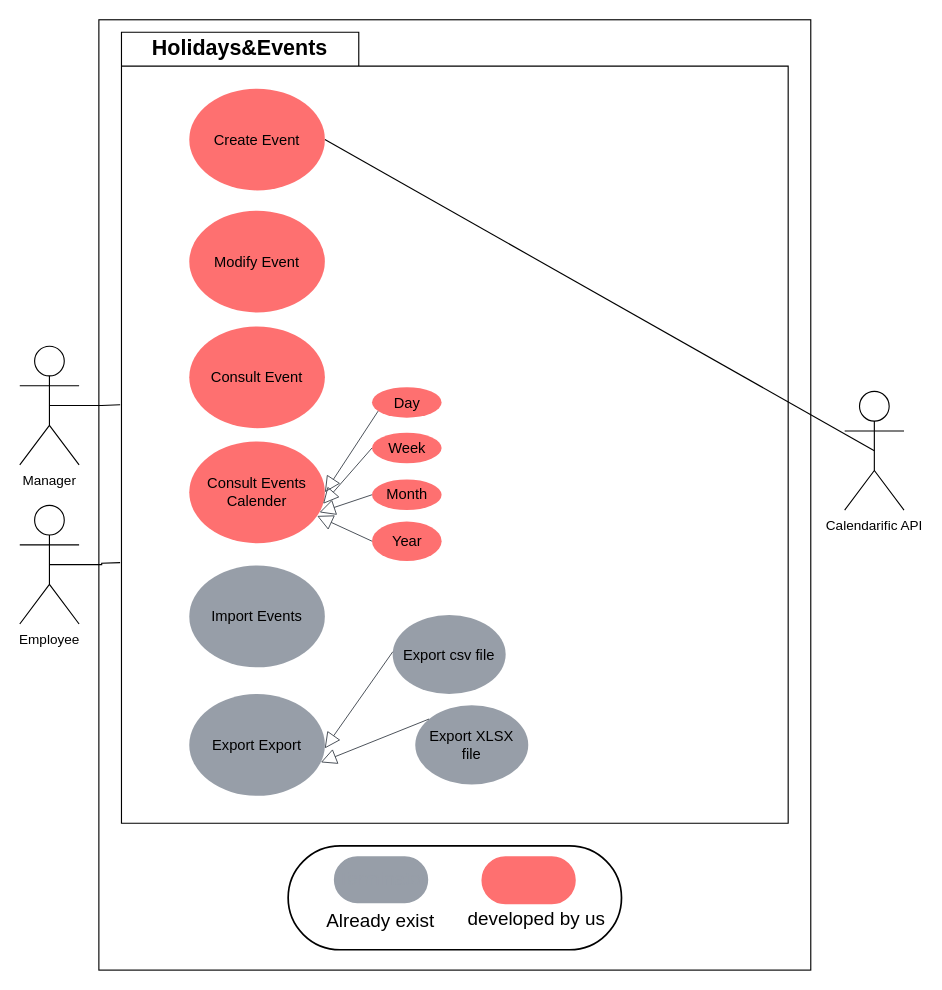
This is useCaseCalendar.drawio from oarouay/CV, a draw.io file, before an edit. Source tidied: cells renumbered, new cells numbered last; positions are measured from the earlier drawing's top-left corner, leaving out a move shared by most shapes. Both pictures are drawn from the tidied source at 113%, with x=0, y=0 at pixel (19, 19).
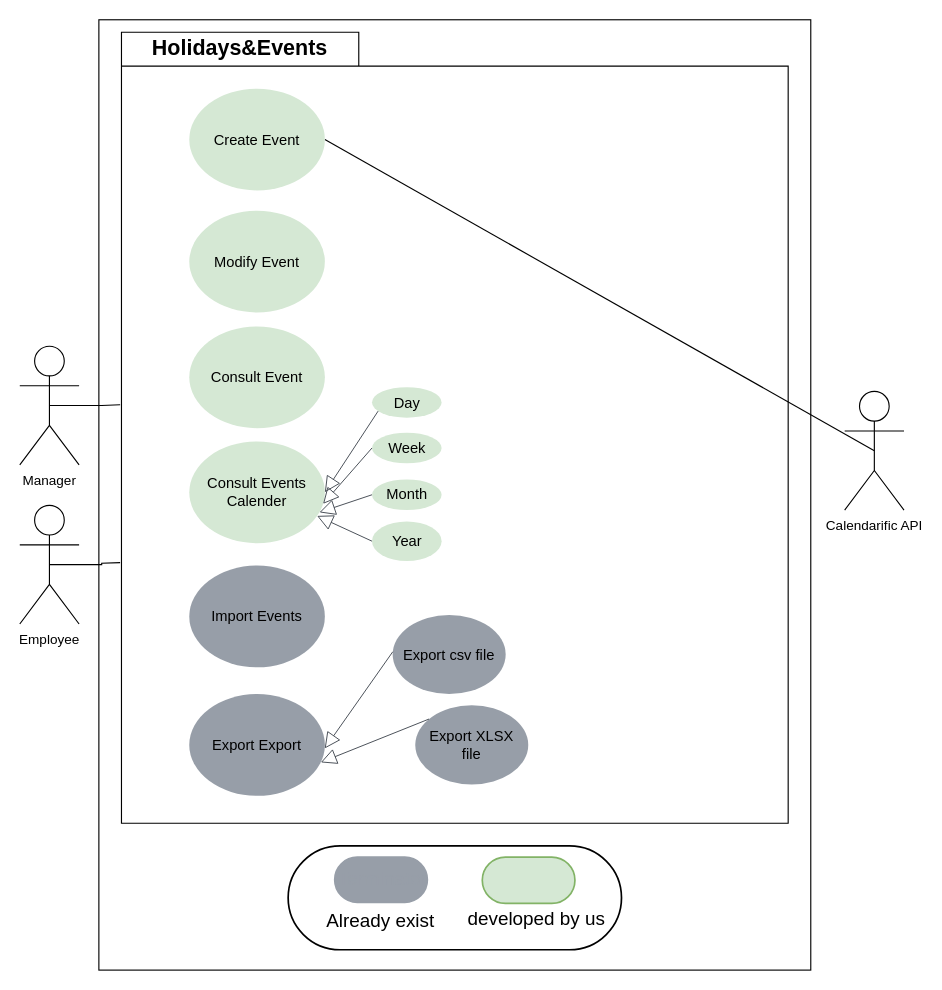
After the change.

Unchanged cells that the change refers to:
```xml
<mxCell id="31" style="group;" parent="1" vertex="1">
  <mxGeometry x="237.5" y="731" width="295" height="92" as="geometry" />
</mxCell>
```

Diff of the diagram source:
```diff
@@
-    <mxCell id="12" value="Consult Events Calender" style="html=1;overflow=block;blockSpacing=1;whiteSpace=wrap;ellipse;fontSize=13;spacing=3.8;strokeOpacity=0;fillOpacity=100;rounded=1;absoluteArcSize=1;arcSize=9;fillColor=#fe7070;strokeWidth=1.5;lucidId=URIeayqkK2Ya;" parent="1" vertex="1">
+    <mxCell id="12" value="Consult Events Calender" style="html=1;overflow=block;blockSpacing=1;whiteSpace=wrap;ellipse;fontSize=13;spacing=3.8;strokeOpacity=0;fillOpacity=100;rounded=1;absoluteArcSize=1;arcSize=9;fillColor=#d5e8d4;strokeWidth=1.5;lucidId=URIeayqkK2Ya;strokeColor=#82b366;" parent="1" vertex="1">
       <mxGeometry x="150" y="373.2" width="120" height="90" as="geometry" />
     </mxCell>
-    <mxCell id="13" value="Day" style="html=1;overflow=block;blockSpacing=1;whiteSpace=wrap;ellipse;fontSize=13;spacing=3.8;strokeOpacity=0;fillOpacity=100;rounded=1;absoluteArcSize=1;arcSize=9;fillColor=#fe7070;strokeWidth=1.5;lucidId=hSIeGXaizuwG;" parent="1" vertex="1">
+    <mxCell id="13" value="Day" style="html=1;overflow=block;blockSpacing=1;whiteSpace=wrap;ellipse;fontSize=13;spacing=3.8;strokeOpacity=0;fillOpacity=100;rounded=1;absoluteArcSize=1;arcSize=9;fillColor=#d5e8d4;strokeWidth=1.5;lucidId=hSIeGXaizuwG;strokeColor=#82b366;" parent="1" vertex="1">
       <mxGeometry x="311.7" y="325.1" width="61.6" height="27.1" as="geometry" />
     </mxCell>
@@
-    <mxCell id="15" value="Week" style="html=1;overflow=block;blockSpacing=1;whiteSpace=wrap;ellipse;fontSize=13;spacing=3.8;strokeOpacity=0;fillOpacity=100;rounded=1;absoluteArcSize=1;arcSize=9;fillColor=#fe7070;strokeWidth=1.5;lucidId=03Ie0xpv14W0;" parent="1" vertex="1">
+    <mxCell id="15" value="Week" style="html=1;overflow=block;blockSpacing=1;whiteSpace=wrap;ellipse;fontSize=13;spacing=3.8;strokeOpacity=0;fillOpacity=100;rounded=1;absoluteArcSize=1;arcSize=9;fillColor=#d5e8d4;strokeWidth=1.5;lucidId=03Ie0xpv14W0;strokeColor=#82b366;" parent="1" vertex="1">
       <mxGeometry x="311.7" y="365.4" width="61.6" height="27.1" as="geometry" />
     </mxCell>
@@
-    <mxCell id="17" value="Month" style="html=1;overflow=block;blockSpacing=1;whiteSpace=wrap;ellipse;fontSize=13;spacing=3.8;strokeOpacity=0;fillOpacity=100;rounded=1;absoluteArcSize=1;arcSize=9;fillColor=#fe7070;strokeWidth=1.5;lucidId=g4Ie2LoXiZa1;" parent="1" vertex="1">
+    <mxCell id="17" value="Month" style="html=1;overflow=block;blockSpacing=1;whiteSpace=wrap;ellipse;fontSize=13;spacing=3.8;strokeOpacity=0;fillOpacity=100;rounded=1;absoluteArcSize=1;arcSize=9;fillColor=#d5e8d4;strokeWidth=1.5;lucidId=g4Ie2LoXiZa1;strokeColor=#82b366;" parent="1" vertex="1">
       <mxGeometry x="311.7" y="406.8" width="61.6" height="27.1" as="geometry" />
     </mxCell>
@@
-    <mxCell id="19" value="Year" style="html=1;overflow=block;blockSpacing=1;whiteSpace=wrap;ellipse;fontSize=13;spacing=3.8;strokeOpacity=0;fillOpacity=100;rounded=1;absoluteArcSize=1;arcSize=9;fillColor=#fe7070;strokeWidth=1.5;lucidId=q4IekS3TNCx4;" parent="1" vertex="1">
+    <mxCell id="19" value="Year" style="html=1;overflow=block;blockSpacing=1;whiteSpace=wrap;ellipse;fontSize=13;spacing=3.8;strokeOpacity=0;fillOpacity=100;rounded=1;absoluteArcSize=1;arcSize=9;fillColor=#d5e8d4;strokeWidth=1.5;lucidId=q4IekS3TNCx4;strokeColor=#82b366;" parent="1" vertex="1">
       <mxGeometry x="311.7" y="443.9" width="61.6" height="35" as="geometry" />
     </mxCell>
@@
-    <mxCell id="22" value="Modify Event" style="html=1;overflow=block;blockSpacing=1;whiteSpace=wrap;ellipse;fontSize=13;spacing=3.8;strokeOpacity=0;fillOpacity=100;rounded=1;absoluteArcSize=1;arcSize=9;fillColor=#fe7070;strokeWidth=1.5;lucidId=1yIeQ48BPR4-;" parent="1" vertex="1">
+    <mxCell id="22" value="Modify Event" style="html=1;overflow=block;blockSpacing=1;whiteSpace=wrap;ellipse;fontSize=13;spacing=3.8;strokeOpacity=0;fillOpacity=100;rounded=1;absoluteArcSize=1;arcSize=9;fillColor=#d5e8d4;strokeWidth=1.5;lucidId=1yIeQ48BPR4-;strokeColor=#82b366;" parent="1" vertex="1">
       <mxGeometry x="150" y="169" width="120" height="90" as="geometry" />
     </mxCell>
-    <mxCell id="23" value="Create Event" style="html=1;overflow=block;blockSpacing=1;whiteSpace=wrap;ellipse;fontSize=13;spacing=3.8;strokeOpacity=0;fillOpacity=100;rounded=1;absoluteArcSize=1;arcSize=9;fillColor=#fe7070;strokeWidth=1.5;lucidId=~xIeha3OeAVz;" parent="1" vertex="1">
+    <mxCell id="23" value="Create Event" style="html=1;overflow=block;blockSpacing=1;whiteSpace=wrap;ellipse;fontSize=13;spacing=3.8;strokeOpacity=0;fillOpacity=100;rounded=1;absoluteArcSize=1;arcSize=9;fillColor=#d5e8d4;strokeWidth=1.5;lucidId=~xIeha3OeAVz;strokeColor=#82b366;" parent="1" vertex="1">
       <mxGeometry x="150" y="61" width="120" height="90" as="geometry" />
     </mxCell>
@@
-    <mxCell id="27" value="Consult Event" style="html=1;overflow=block;blockSpacing=1;whiteSpace=wrap;ellipse;fontSize=13;spacing=3.8;strokeOpacity=0;fillOpacity=100;rounded=1;absoluteArcSize=1;arcSize=9;fillColor=#fe7070;strokeWidth=1.5;lucidId=1yIeQ48BPR4-;" parent="1" vertex="1">
+    <mxCell id="27" value="Consult Event" style="html=1;overflow=block;blockSpacing=1;whiteSpace=wrap;ellipse;fontSize=13;spacing=3.8;strokeOpacity=0;fillOpacity=100;rounded=1;absoluteArcSize=1;arcSize=9;fillColor=#d5e8d4;strokeWidth=1.5;lucidId=1yIeQ48BPR4-;strokeColor=#82b366;" parent="1" vertex="1">
       <mxGeometry x="150" y="271.4" width="120" height="90" as="geometry" />
     </mxCell>
@@
-    <mxCell id="34" style="html=1;overflow=block;blockSpacing=1;whiteSpace=wrap;fontSize=16.7;fontColor=default;spacing=3.8;strokeColor=#fe7070;strokeOpacity=100;fillOpacity=100;rounded=1;absoluteArcSize=1;arcSize=82;fillColor=#fe7070;strokeWidth=1.5;lucidId=SHtdkWkZQMI-;" parent="31" vertex="1">
+    <mxCell id="34" style="html=1;overflow=block;blockSpacing=1;whiteSpace=wrap;fontSize=16.7;spacing=3.8;strokeColor=#82b366;strokeOpacity=100;fillOpacity=100;rounded=1;absoluteArcSize=1;arcSize=82;fillColor=#d5e8d4;strokeWidth=1.5;lucidId=SHtdkWkZQMI-;" parent="31" vertex="1">
       <mxGeometry x="171.8" y="10" width="82" height="41" as="geometry" />
     </mxCell>
```
